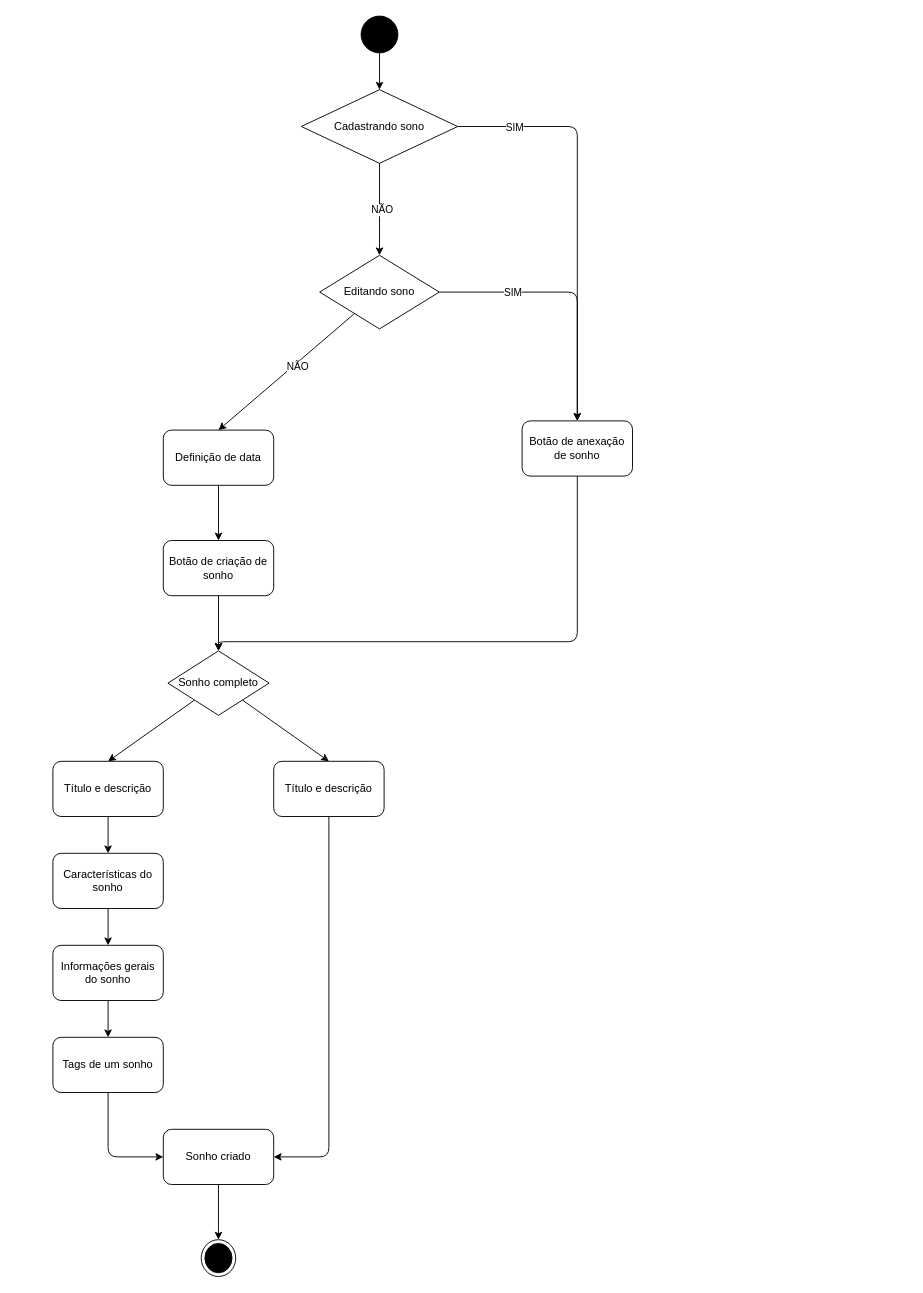
This is docs/diagramas_atividade/cadastro_de_sonho.drawio from raisson-souza/morfeus-backend, a draw.io file, before an edit. Source tidied: cells renumbered, new cells numbered last; positions are measured from the earlier drawing's top-left corner, leaving out a move shared by most shapes. Both pictures are drawn from the tidied source at 92%, with x=0, y=0 at pixel (52, 16).
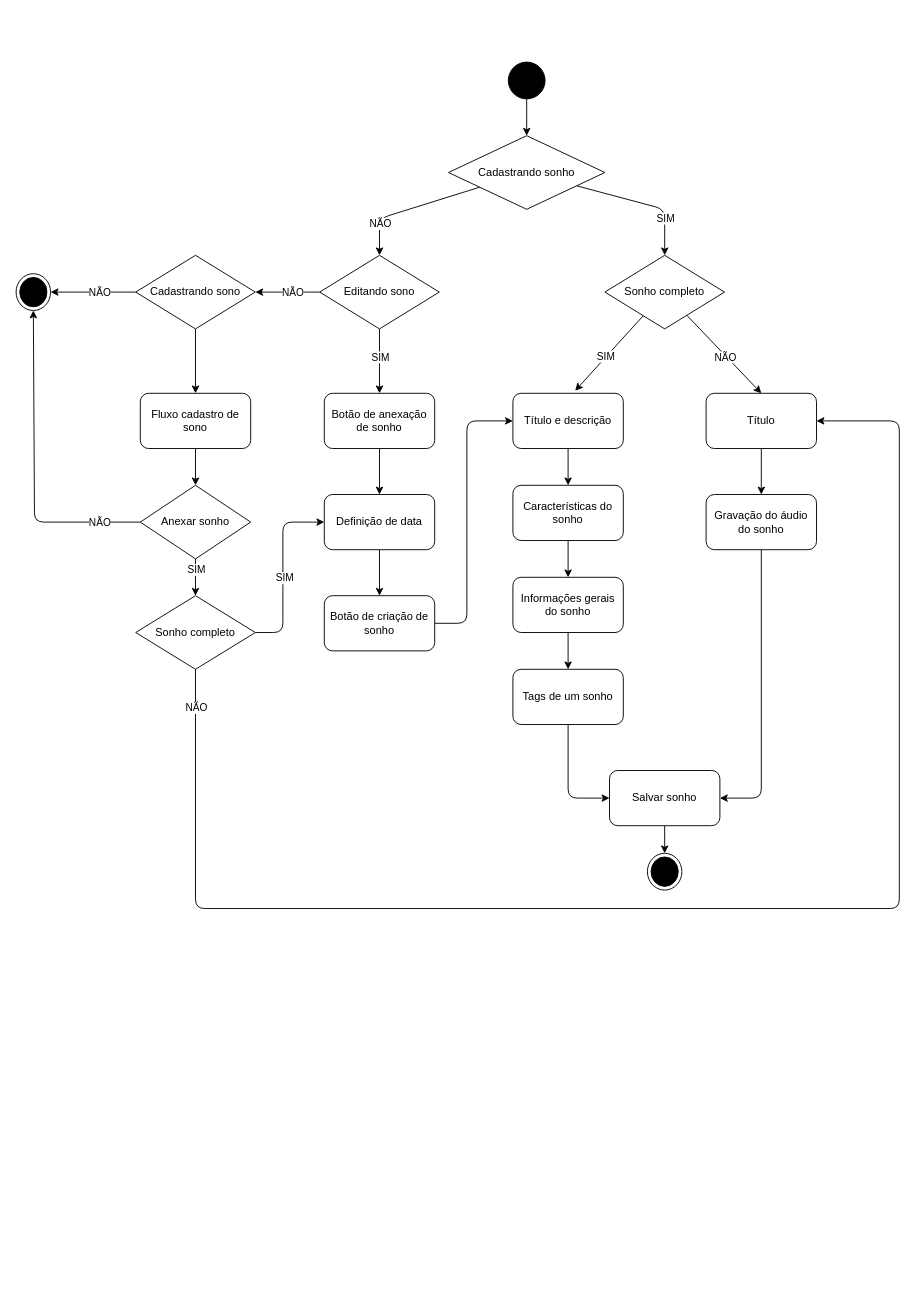
Above is the later version.

Commit message (it also covers changes not shown here):
- Ajustes nos diagramas de atividade de: Cadastro de sonho; Cadastro de sono;

The change refers to these unchanged cells:
```xml
<mxCell id="35" value="Editando sono" style="rhombus;whiteSpace=wrap;html=1;" parent="1" vertex="1">
  <mxGeometry x="290" y="260" width="130" height="80" as="geometry" />
</mxCell>
```

What changed in the source:
```diff
@@
     <mxCell id="3" style="ellipse;fillColor=strokeColor;" parent="1" vertex="1">
-      <mxGeometry x="335" width="40" height="40" as="geometry" />
+      <mxGeometry x="495" y="50" width="40" height="40" as="geometry" />
     </mxCell>
-    <mxCell id="4" style="edgeStyle=none;html=1;entryX=0.5;entryY=0;entryDx=0;entryDy=0;" parent="1" edge="1" source="5" target="8">
-      <mxGeometry relative="1" as="geometry" />
-    </mxCell>
+    <mxCell id="36" style="edgeStyle=none;html=1;entryX=0;entryY=0.5;entryDx=0;entryDy=0;" parent="1" edge="1" source="5" target="10">
+      <mxGeometry relative="1" as="geometry">
+        <Array as="points">
+          <mxPoint x="450" y="660" />
+          <mxPoint x="450" y="440" />
+        </Array>
+      </mxGeometry>
+    </mxCell>
     <mxCell id="5" value="Botão de criação de sonho" style="rounded=1;whiteSpace=wrap;html=1;" parent="1" vertex="1">
-      <mxGeometry x="120" y="570" width="120" height="60" as="geometry" />
+      <mxGeometry x="295" y="630" width="120" height="60" as="geometry" />
     </mxCell>
-    <mxCell id="6" style="edgeStyle=none;html=1;entryX=0.5;entryY=0;entryDx=0;entryDy=0;" parent="1" edge="1" source="8" target="10">
-      <mxGeometry relative="1" as="geometry" />
-    </mxCell>
-    <mxCell id="7" style="edgeStyle=none;html=1;entryX=0.5;entryY=0;entryDx=0;entryDy=0;" parent="1" edge="1" source="8" target="12">
-      <mxGeometry relative="1" as="geometry" />
-    </mxCell>
-    <mxCell id="8" value="Sonho completo" style="rhombus;whiteSpace=wrap;html=1;" parent="1" vertex="1">
-      <mxGeometry x="125" y="690" width="110" height="70" as="geometry" />
-    </mxCell>
@@
     <mxCell id="10" value="Título e descrição" style="rounded=1;whiteSpace=wrap;html=1;" parent="1" vertex="1">
-      <mxGeometry y="810" width="120" height="60" as="geometry" />
+      <mxGeometry x="500" y="410" width="120" height="60" as="geometry" />
     </mxCell>
-    <mxCell id="11" style="edgeStyle=none;html=1;entryX=1;entryY=0.5;entryDx=0;entryDy=0;" parent="1" edge="1" source="12" target="27">
-      <mxGeometry relative="1" as="geometry">
-        <Array as="points">
-          <mxPoint x="300" y="1240" />
-        </Array>
-      </mxGeometry>
-    </mxCell>
-    <mxCell id="12" value="Título e descrição" style="rounded=1;whiteSpace=wrap;html=1;" parent="1" vertex="1">
-      <mxGeometry x="240" y="810" width="120" height="60" as="geometry" />
-    </mxCell>
@@
     <mxCell id="14" value="Características do sonho" style="rounded=1;whiteSpace=wrap;html=1;" parent="1" vertex="1">
-      <mxGeometry y="910" width="120" height="60" as="geometry" />
+      <mxGeometry x="500" y="510" width="120" height="60" as="geometry" />
     </mxCell>
-    <mxCell id="15" style="edgeStyle=none;html=1;" parent="1" edge="1" source="19" target="35">
-      <mxGeometry relative="1" as="geometry" />
+    <mxCell id="15" style="edgeStyle=none;html=1;entryX=0.5;entryY=0;entryDx=0;entryDy=0;" parent="1" edge="1" source="19" target="35">
+      <mxGeometry relative="1" as="geometry">
+        <Array as="points">
+          <mxPoint x="355" y="220" />
+        </Array>
+      </mxGeometry>
     </mxCell>
     <mxCell id="16" value="NÃO" style="edgeLabel;html=1;align=center;verticalAlign=middle;" parent="15" vertex="1">
       <mxGeometry x="-0.57" y="2" relative="1" as="geometry">
-        <mxPoint y="28" as="offset" />
+        <mxPoint x="-78" y="28" as="offset" />
       </mxGeometry>
     </mxCell>
-    <mxCell id="17" style="edgeStyle=none;html=1;entryX=0.5;entryY=0;entryDx=0;entryDy=0;" parent="1" edge="1" source="19" target="21">
-      <mxGeometry relative="1" as="geometry">
-        <Array as="points">
-          <mxPoint x="570" y="120" />
-        </Array>
-      </mxGeometry>
-    </mxCell>
-    <mxCell id="18" value="SIM" style="edgeLabel;html=1;align=center;verticalAlign=middle;" parent="17" vertex="1">
-      <mxGeometry x="-0.59" y="4" relative="1" as="geometry">
-        <mxPoint x="-31" y="4" as="offset" />
-      </mxGeometry>
-    </mxCell>
+    <mxCell id="37" style="edgeStyle=none;html=1;entryX=0.5;entryY=0;entryDx=0;entryDy=0;" parent="1" edge="1" source="19" target="47">
+      <mxGeometry relative="1" as="geometry">
+        <Array as="points">
+          <mxPoint x="665" y="210" />
+        </Array>
+      </mxGeometry>
+    </mxCell>
+    <mxCell id="38" value="SIM" style="edgeLabel;html=1;align=center;verticalAlign=middle;" parent="37" vertex="1">
+      <mxGeometry x="0.37" y="-1" relative="1" as="geometry">
+        <mxPoint x="1" y="7" as="offset" />
+      </mxGeometry>
+    </mxCell>
-    <mxCell id="19" value="Cadastrando sono" style="rhombus;whiteSpace=wrap;html=1;" parent="1" vertex="1">
-      <mxGeometry x="270" y="80" width="170" height="80" as="geometry" />
+    <mxCell id="19" value="Cadastrando sonho" style="rhombus;whiteSpace=wrap;html=1;" parent="1" vertex="1">
+      <mxGeometry x="430" y="130" width="170" height="80" as="geometry" />
     </mxCell>
-    <mxCell id="20" style="edgeStyle=none;html=1;entryX=0.5;entryY=0;entryDx=0;entryDy=0;" parent="1" edge="1" source="21" target="8">
-      <mxGeometry relative="1" as="geometry">
-        <Array as="points">
-          <mxPoint x="570" y="680" />
-          <mxPoint x="180" y="680" />
-        </Array>
-      </mxGeometry>
-    </mxCell>
+    <mxCell id="39" style="edgeStyle=none;html=1;entryX=0.5;entryY=0;entryDx=0;entryDy=0;" parent="1" edge="1" source="21" target="30">
+      <mxGeometry relative="1" as="geometry" />
+    </mxCell>
     <mxCell id="21" value="Botão de anexação de sonho" style="rounded=1;whiteSpace=wrap;html=1;" parent="1" vertex="1">
-      <mxGeometry x="510" y="440" width="120" height="60" as="geometry" />
+      <mxGeometry x="295" y="410" width="120" height="60" as="geometry" />
     </mxCell>
     <mxCell id="22" style="edgeStyle=none;html=1;entryX=0;entryY=0.5;entryDx=0;entryDy=0;" parent="1" edge="1" source="23" target="27">
       <mxGeometry relative="1" as="geometry">
         <Array as="points">
-          <mxPoint x="60" y="1240" />
+          <mxPoint x="560" y="850" />
         </Array>
       </mxGeometry>
     </mxCell>
     <mxCell id="23" value="Tags de um sonho" style="rounded=1;whiteSpace=wrap;html=1;" parent="1" vertex="1">
-      <mxGeometry y="1110" width="120" height="60" as="geometry" />
+      <mxGeometry x="500" y="710" width="120" height="60" as="geometry" />
     </mxCell>
@@
     <mxCell id="25" value="Informações gerais do sonho" style="rounded=1;whiteSpace=wrap;html=1;" parent="1" vertex="1">
-      <mxGeometry y="1010" width="120" height="60" as="geometry" />
+      <mxGeometry x="500" y="610" width="120" height="60" as="geometry" />
     </mxCell>
-    <mxCell id="26" style="edgeStyle=none;html=1;entryX=0.5;entryY=0;entryDx=0;entryDy=0;" parent="1" edge="1" source="27" target="28">
+    <mxCell id="26" style="edgeStyle=none;html=1;" parent="1" edge="1" source="27" target="28">
       <mxGeometry relative="1" as="geometry" />
     </mxCell>
-    <mxCell id="27" value="Sonho criado" style="rounded=1;whiteSpace=wrap;html=1;" parent="1" vertex="1">
-      <mxGeometry x="120" y="1210" width="120" height="60" as="geometry" />
+    <mxCell id="27" value="Salvar sonho" style="rounded=1;whiteSpace=wrap;html=1;" parent="1" vertex="1">
+      <mxGeometry x="605" y="820" width="120" height="60" as="geometry" />
     </mxCell>
     <mxCell id="28" style="ellipse;html=1;shape=endState;fillColor=strokeColor;" parent="1" vertex="1">
-      <mxGeometry x="161.2" y="1330" width="37.5" height="40" as="geometry" />
+      <mxGeometry x="646.2" y="910" width="37.5" height="40" as="geometry" />
     </mxCell>
@@
     <mxCell id="30" value="Definição de data" style="rounded=1;whiteSpace=wrap;html=1;" parent="1" vertex="1">
-      <mxGeometry x="120" y="450" width="120" height="60" as="geometry" />
+      <mxGeometry x="295" y="520" width="120" height="60" as="geometry" />
     </mxCell>
-    <mxCell id="31" style="edgeStyle=none;html=1;entryX=0.5;entryY=0;entryDx=0;entryDy=0;" parent="1" edge="1" source="35" target="30">
-      <mxGeometry relative="1" as="geometry" />
-    </mxCell>
-    <mxCell id="32" value="NÃO" style="edgeLabel;html=1;align=center;verticalAlign=middle;" parent="31" vertex="1">
-      <mxGeometry x="-0.54" y="-2" relative="1" as="geometry">
-        <mxPoint x="-27" y="29" as="offset" />
-      </mxGeometry>
-    </mxCell>
     <mxCell id="33" style="edgeStyle=none;html=1;entryX=0.5;entryY=0;entryDx=0;entryDy=0;" parent="1" edge="1" source="35" target="21">
-      <mxGeometry relative="1" as="geometry">
-        <Array as="points">
-          <mxPoint x="570" y="300" />
-        </Array>
-      </mxGeometry>
+      <mxGeometry relative="1" as="geometry" />
     </mxCell>
-    <mxCell id="34" value="SIM" style="edgeLabel;html=1;align=center;verticalAlign=middle;" parent="33" vertex="1">
-      <mxGeometry x="-0.58" y="1" relative="1" as="geometry">
-        <mxPoint x="18" y="1" as="offset" />
-      </mxGeometry>
-    </mxCell>
+    <mxCell id="40" value="SIM" style="edgeLabel;html=1;align=center;verticalAlign=middle;" parent="33" vertex="1">
+      <mxGeometry x="-0.43" y="1" relative="1" as="geometry">
+        <mxPoint x="-1" y="10" as="offset" />
+      </mxGeometry>
+    </mxCell>
+    <mxCell id="41" style="edgeStyle=none;html=1;entryX=1;entryY=0.5;entryDx=0;entryDy=0;" parent="1" edge="1" source="35" target="55">
+      <mxGeometry relative="1" as="geometry" />
+    </mxCell>
+    <mxCell id="42" value="NÃO" style="edgeLabel;html=1;align=center;verticalAlign=middle;" parent="41" vertex="1">
+      <mxGeometry x="-0.35" y="3" relative="1" as="geometry">
+        <mxPoint x="-7" y="-3" as="offset" />
+      </mxGeometry>
+    </mxCell>
@@
+    <mxCell id="43" style="edgeStyle=none;html=1;entryX=0.5;entryY=0;entryDx=0;entryDy=0;" parent="1" edge="1" source="47" target="49">
+      <mxGeometry relative="1" as="geometry" />
+    </mxCell>
+    <mxCell id="44" value="NÃO" style="edgeLabel;html=1;align=center;verticalAlign=middle;" parent="43" vertex="1">
+      <mxGeometry x="-0.51" y="-1" relative="1" as="geometry">
+        <mxPoint x="22" y="24" as="offset" />
+      </mxGeometry>
+    </mxCell>
+    <mxCell id="45" style="edgeStyle=none;html=1;entryX=0.564;entryY=-0.046;entryDx=0;entryDy=0;entryPerimeter=0;" parent="1" edge="1" source="47" target="10">
+      <mxGeometry relative="1" as="geometry" />
+    </mxCell>
+    <mxCell id="46" value="SIM" style="edgeLabel;html=1;align=center;verticalAlign=middle;" parent="45" vertex="1">
+      <mxGeometry x="-0.45" y="-1" relative="1" as="geometry">
+        <mxPoint x="-20" y="22" as="offset" />
+      </mxGeometry>
+    </mxCell>
+    <mxCell id="47" value="Sonho completo" style="rhombus;whiteSpace=wrap;html=1;" parent="1" vertex="1">
+      <mxGeometry x="600" y="260" width="130" height="80" as="geometry" />
+    </mxCell>
+    <mxCell id="48" style="edgeStyle=none;html=1;entryX=0.5;entryY=0;entryDx=0;entryDy=0;" parent="1" edge="1" source="49" target="51">
+      <mxGeometry relative="1" as="geometry" />
+    </mxCell>
+    <mxCell id="49" value="Título" style="rounded=1;whiteSpace=wrap;html=1;" parent="1" vertex="1">
+      <mxGeometry x="710" y="410" width="120" height="60" as="geometry" />
+    </mxCell>
+    <mxCell id="50" style="edgeStyle=none;html=1;entryX=1;entryY=0.5;entryDx=0;entryDy=0;" parent="1" edge="1" source="51" target="27">
+      <mxGeometry relative="1" as="geometry">
+        <Array as="points">
+          <mxPoint x="770" y="850" />
+        </Array>
+      </mxGeometry>
+    </mxCell>
+    <mxCell id="51" value="Gravação do áudio do sonho" style="rounded=1;whiteSpace=wrap;html=1;" parent="1" vertex="1">
+      <mxGeometry x="710" y="520" width="120" height="60" as="geometry" />
+    </mxCell>
+    <mxCell id="52" style="edgeStyle=none;html=1;entryX=1;entryY=0.5;entryDx=0;entryDy=0;" parent="1" edge="1" source="55" target="56">
+      <mxGeometry relative="1" as="geometry" />
+    </mxCell>
+    <mxCell id="53" value="NÃO" style="edgeLabel;html=1;align=center;verticalAlign=middle;" parent="52" vertex="1">
+      <mxGeometry x="-0.44" y="1" relative="1" as="geometry">
+        <mxPoint x="-14" y="-1" as="offset" />
+      </mxGeometry>
+    </mxCell>
+    <mxCell id="54" style="edgeStyle=none;html=1;entryX=0.5;entryY=0;entryDx=0;entryDy=0;" parent="1" edge="1" source="55" target="58">
+      <mxGeometry relative="1" as="geometry" />
+    </mxCell>
+    <mxCell id="55" value="Cadastrando sono" style="rhombus;whiteSpace=wrap;html=1;" parent="1" vertex="1">
+      <mxGeometry x="90" y="260" width="130" height="80" as="geometry" />
+    </mxCell>
+    <mxCell id="56" style="ellipse;html=1;shape=endState;fillColor=strokeColor;" parent="1" vertex="1">
+      <mxGeometry x="-40" y="280" width="37.5" height="40" as="geometry" />
+    </mxCell>
+    <mxCell id="57" style="edgeStyle=none;html=1;entryX=0.5;entryY=0;entryDx=0;entryDy=0;" parent="1" edge="1" source="58" target="63">
+      <mxGeometry relative="1" as="geometry" />
+    </mxCell>
+    <mxCell id="58" value="Fluxo cadastro de sono" style="rounded=1;whiteSpace=wrap;html=1;" parent="1" vertex="1">
+      <mxGeometry x="95" y="410" width="120" height="60" as="geometry" />
+    </mxCell>
+    <mxCell id="59" style="edgeStyle=none;html=1;entryX=0.5;entryY=1;entryDx=0;entryDy=0;" parent="1" edge="1" source="63" target="56">
+      <mxGeometry relative="1" as="geometry">
+        <Array as="points">
+          <mxPoint x="-20" y="550" />
+        </Array>
+      </mxGeometry>
+    </mxCell>
+    <mxCell id="60" value="NÃO" style="edgeLabel;html=1;align=center;verticalAlign=middle;" parent="59" vertex="1">
+      <mxGeometry x="-0.85" y="-2" relative="1" as="geometry">
+        <mxPoint x="-19" y="2" as="offset" />
+      </mxGeometry>
+    </mxCell>
+    <mxCell id="61" style="edgeStyle=none;html=1;entryX=0.5;entryY=0;entryDx=0;entryDy=0;" parent="1" edge="1" source="63" target="68">
+      <mxGeometry relative="1" as="geometry" />
+    </mxCell>
+    <mxCell id="62" value="SIM" style="edgeLabel;html=1;align=center;verticalAlign=middle;" parent="61" vertex="1">
+      <mxGeometry x="-0.44" y="1" relative="1" as="geometry">
+        <mxPoint x="-1" as="offset" />
+      </mxGeometry>
+    </mxCell>
+    <mxCell id="63" value="Anexar sonho" style="rhombus;whiteSpace=wrap;html=1;" parent="1" vertex="1">
+      <mxGeometry x="95" y="510" width="120" height="80" as="geometry" />
+    </mxCell>
+    <mxCell id="64" style="edgeStyle=none;html=1;entryX=0;entryY=0.5;entryDx=0;entryDy=0;" parent="1" edge="1" source="68" target="30">
+      <mxGeometry relative="1" as="geometry">
+        <Array as="points">
+          <mxPoint x="250" y="670" />
+          <mxPoint x="250" y="550" />
+        </Array>
+      </mxGeometry>
+    </mxCell>
+    <mxCell id="65" value="SIM" style="edgeLabel;html=1;align=center;verticalAlign=middle;" parent="64" vertex="1">
+      <mxGeometry x="-0.25" y="-1" relative="1" as="geometry">
+        <mxPoint y="-17" as="offset" />
+      </mxGeometry>
+    </mxCell>
+    <mxCell id="66" style="edgeStyle=none;html=1;entryX=1;entryY=0.5;entryDx=0;entryDy=0;" parent="1" edge="1" source="68" target="49">
+      <mxGeometry relative="1" as="geometry">
+        <Array as="points">
+          <mxPoint x="155" y="970" />
+          <mxPoint x="920" y="970" />
+          <mxPoint x="920" y="440" />
+        </Array>
+      </mxGeometry>
+    </mxCell>
+    <mxCell id="67" value="NÃO" style="edgeLabel;html=1;align=center;verticalAlign=middle;" parent="66" vertex="1">
+      <mxGeometry x="-0.95" relative="1" as="geometry" />
+    </mxCell>
+    <mxCell id="68" value="Sonho completo" style="rhombus;whiteSpace=wrap;html=1;" parent="1" vertex="1">
+      <mxGeometry x="90" y="630" width="130" height="80" as="geometry" />
+    </mxCell>
```
